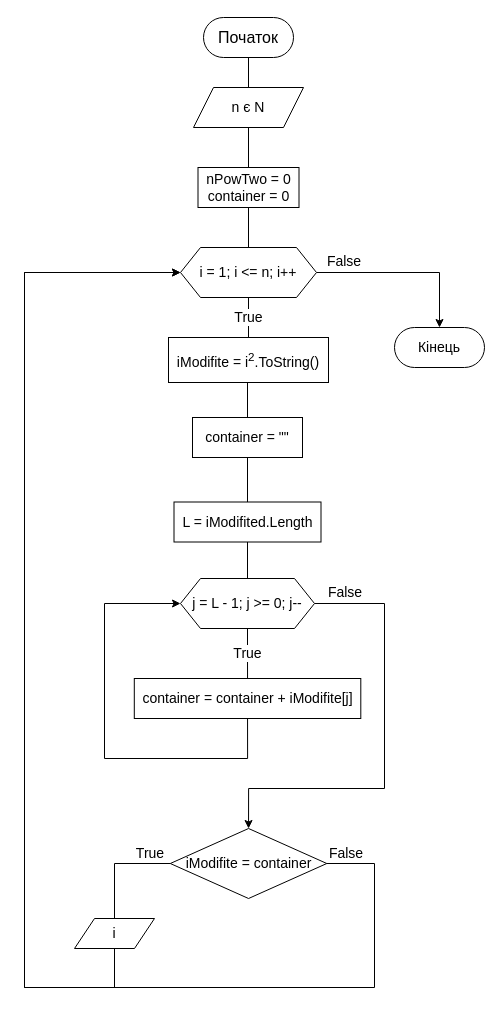
ArtmMtvnko/asd-kp21-Matviienko keeps this draw.io diagram as page "№2 Варіант 10" (2 of 2) of ASD Sem_1_Lab_1 Task1-2.drawio. Above is the earlier version. Source tidied: cells renumbered, new cells numbered last; positions are measured from the earlier drawing's top-left corner, leaving out a move shared by most shapes. Both pictures are drawn from the tidied source at 100%, with x=0, y=0 at pixel (24, 17).
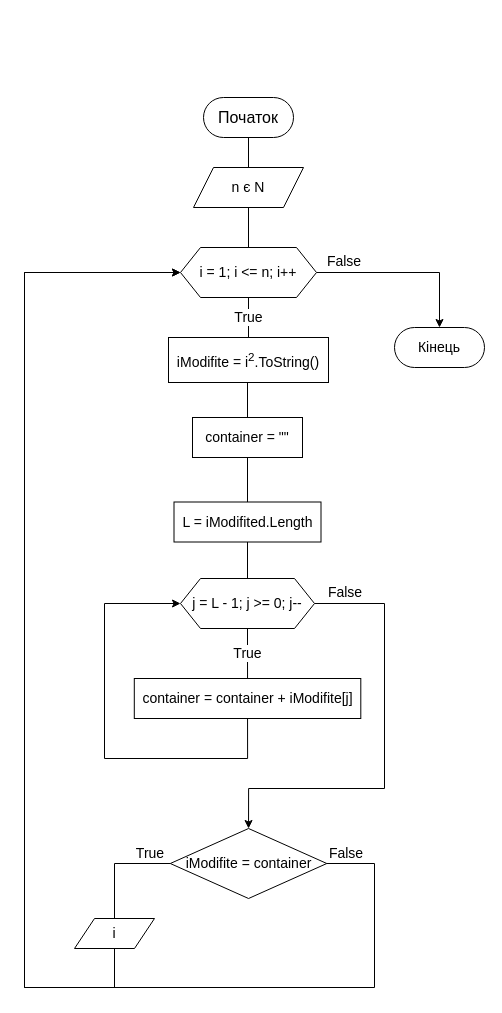
After the change.

Commit message:
видалення зайвого блоку процесу у блок-схемі

Unchanged cells that the change refers to:
```xml
<mxCell id="9" value="i = 1; i &amp;lt;= n; i++" style="shape=hexagon;perimeter=hexagonPerimeter2;whiteSpace=wrap;html=1;fixedSize=1;fontSize=14;" parent="1" vertex="1">
  <mxGeometry x="156" y="230" width="136" height="50" as="geometry" />
</mxCell>
```

What changed in the source:
```diff
@@
     <mxCell id="4" value="&lt;font size=&quot;3&quot;&gt;Початок&lt;/font&gt;" style="rounded=1;whiteSpace=wrap;html=1;arcSize=50;" parent="1" vertex="1">
-      <mxGeometry x="179" width="90" height="40" as="geometry" />
+      <mxGeometry x="179" y="80" width="90" height="40" as="geometry" />
     </mxCell>
-    <mxCell id="5" style="edgeStyle=orthogonalEdgeStyle;rounded=0;jettySize=auto;html=1;exitX=0.5;exitY=1;exitDx=0;exitDy=0;entryX=0.5;entryY=0;entryDx=0;entryDy=0;fontSize=14;endArrow=none;endFill=0;" parent="1" edge="1" source="6" target="11">
-      <mxGeometry relative="1" as="geometry" />
-    </mxCell>
+    <mxCell id="32" style="edgeStyle=orthogonalEdgeStyle;rounded=0;jettySize=auto;html=1;exitX=0.5;exitY=1;exitDx=0;exitDy=0;entryX=0.5;entryY=0;entryDx=0;entryDy=0;fontSize=14;endArrow=none;endFill=0;" parent="1" edge="1" source="6" target="9">
+      <mxGeometry relative="1" as="geometry" />
+    </mxCell>
     <mxCell id="6" value="n є N" style="shape=parallelogram;perimeter=parallelogramPerimeter;whiteSpace=wrap;html=1;fixedSize=1;fontSize=14;" parent="1" vertex="1">
-      <mxGeometry x="169" y="70" width="110" height="40" as="geometry" />
+      <mxGeometry x="169" y="150" width="110" height="40" as="geometry" />
     </mxCell>
@@
-    <mxCell id="10" style="edgeStyle=orthogonalEdgeStyle;rounded=0;jettySize=auto;html=1;exitX=0.5;exitY=1;exitDx=0;exitDy=0;entryX=0.5;entryY=0;entryDx=0;entryDy=0;fontSize=14;endArrow=none;endFill=0;" parent="1" edge="1" source="11" target="9">
-      <mxGeometry relative="1" as="geometry" />
-    </mxCell>
-    <mxCell id="11" value="nPowTwo = 0&lt;br&gt;container = 0" style="rounded=0;whiteSpace=wrap;html=1;fontSize=14;" parent="1" vertex="1">
-      <mxGeometry x="173.5" y="150" width="101" height="40" as="geometry" />
-    </mxCell>
```
